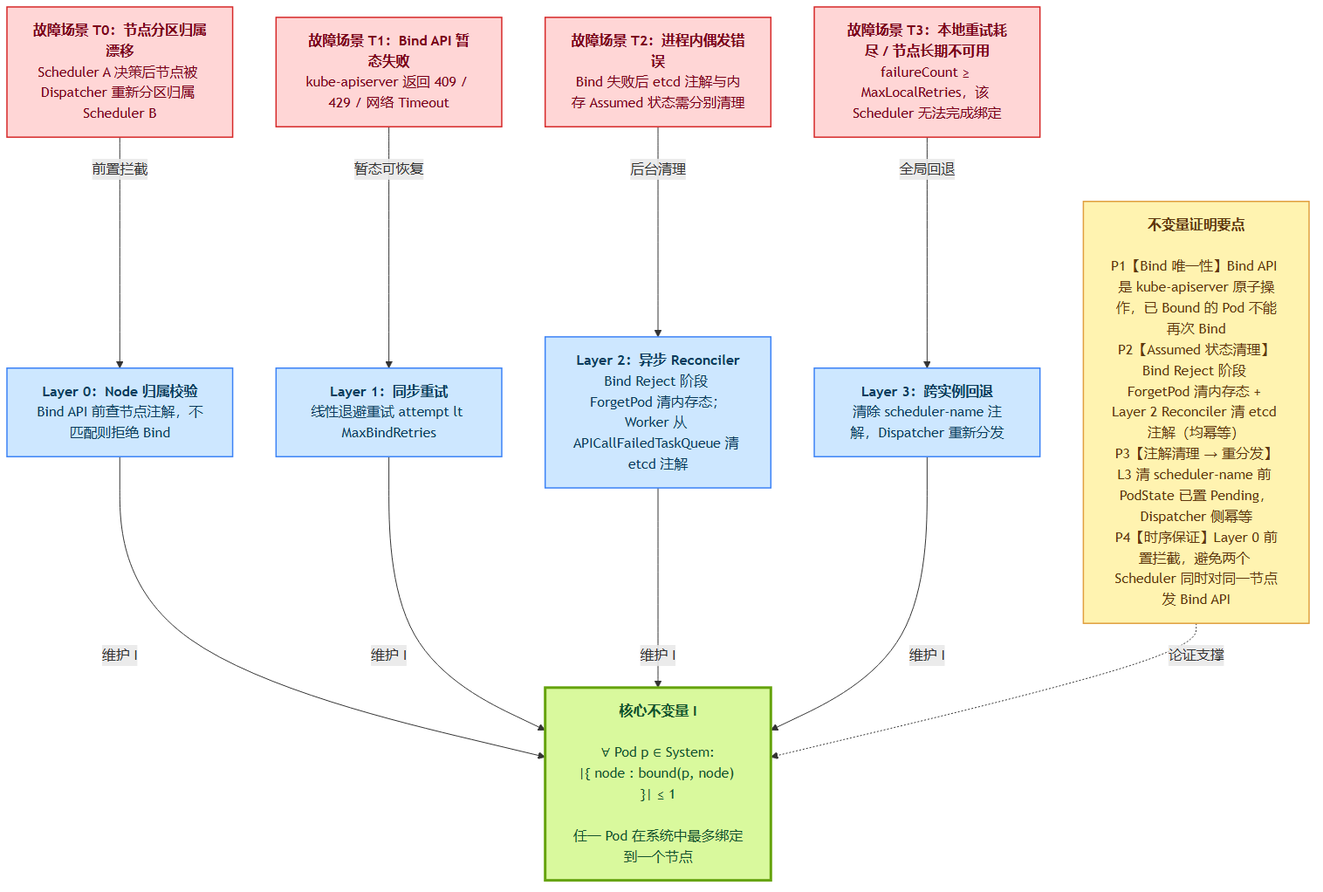
This is docs/thesis/figures/fig4-3-consistency-invariant.png from tengfei86/godel-scheduler, a Mermaid export, as it was before one commit. Its source is kept beside it as docs/thesis/figures/fig4-3-consistency-invariant.mmd.
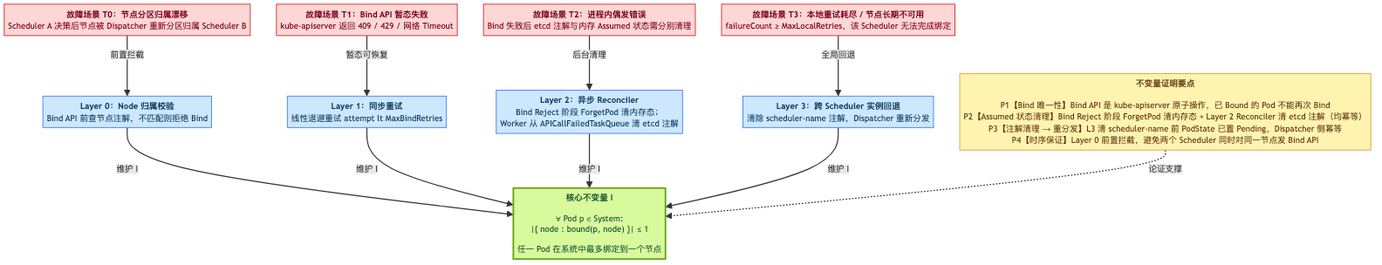
Above is the later version.

What changed in the source:
```diff
@@ -11,7 +11,7 @@
     D2["<b>Layer 2：异步 Reconciler</b><br/>Bind Reject 阶段 ForgetPod 清内存态；<br/>Worker 从 APICallFailedTaskQueue 清 etcd 注解"]:::defense
 
     T3["<b>故障场景 T3：本地重试耗尽 / 节点长期不可用</b><br/>failureCount ≥ MaxLocalRetries，该 Scheduler 无法完成绑定"]:::threat
-    D3["<b>Layer 3：跨实例回退</b><br/>清除 scheduler-name 注解，Dispatcher 重新分发"]:::defense
+    D3["<b>Layer 3：跨 Scheduler 实例回退</b><br/>清除 scheduler-name 注解，Dispatcher 重新分发"]:::defense
 
     T0 -->|前置拦截| D0
     T1 -->|暂态可恢复| D1
```
